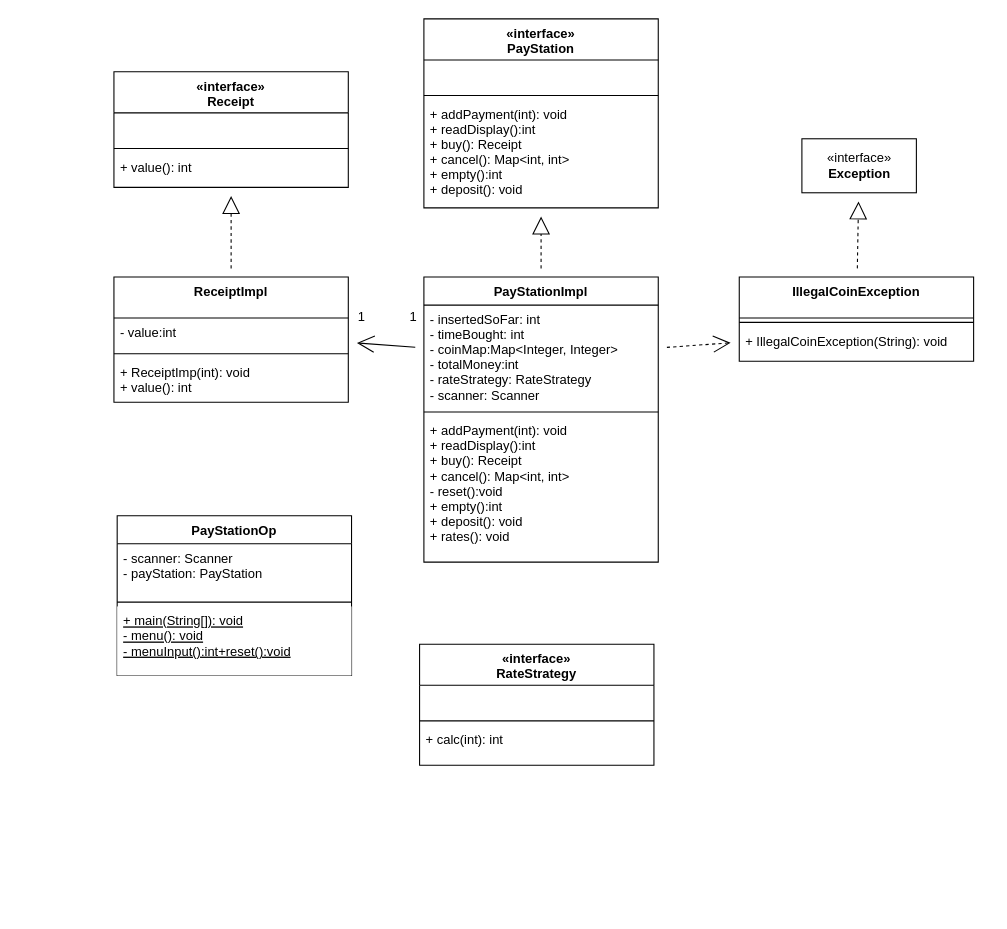
Earlier version of the draw.io diagram Copy of PayStationTDD-ClassDiagram.drawio (msheldon70/misc). Source tidied: cells renumbered, new cells numbered last; positions are measured from the earlier drawing's top-left corner, leaving out a move shared by most shapes. Both pictures are drawn from the tidied source at 108%, with x=0, y=0 at pixel (113, 18).
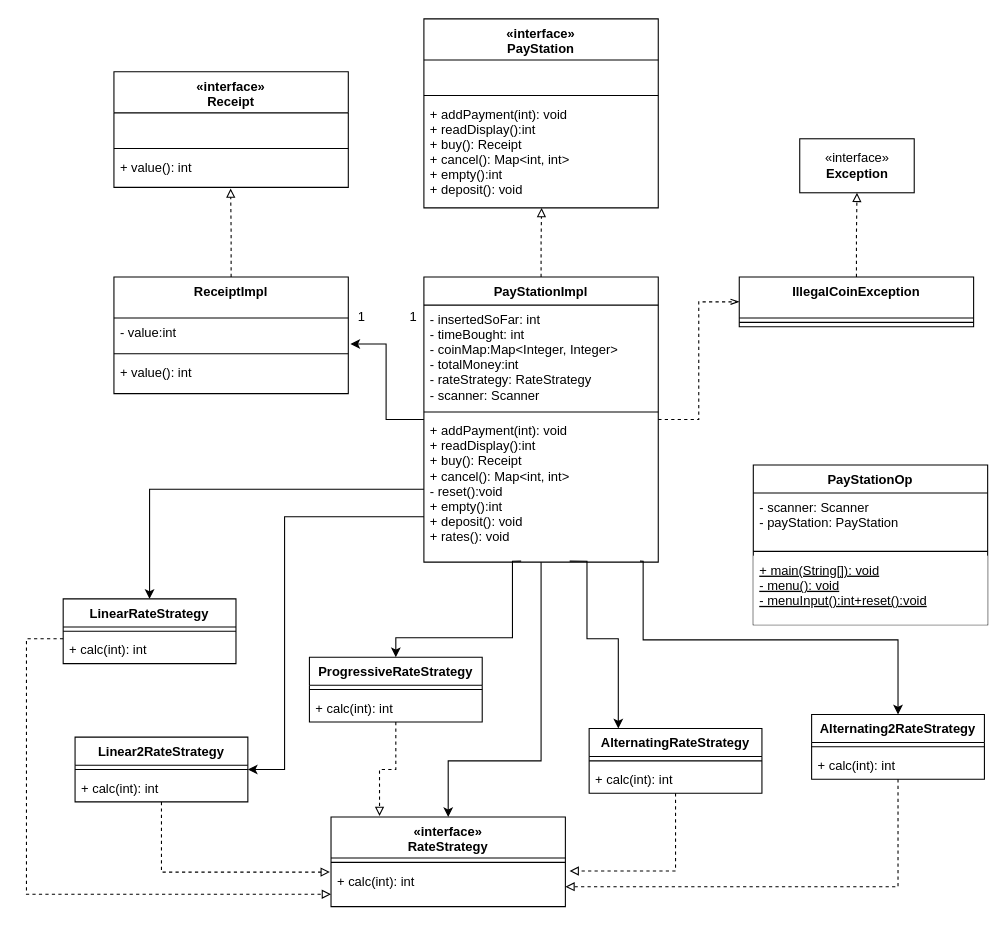
The same diagram, later.

The change refers to these unchanged cells:
```xml
<mxCell id="2" value="«interface»&#10;PayStation" style="swimlane;fontStyle=1;align=center;verticalAlign=top;horizontal=1;startSize=38;hachureGap=4;" parent="1" vertex="1">
  <mxGeometry x="287" width="217" height="175" as="geometry" />
</mxCell>
<mxCell id="5" value="+ addPayment(int): void&#10;+ readDisplay():int&#10;+ buy(): Receipt&#10;+ cancel(): Map&lt;int, int&gt;&#10;+ empty():int&#10;+ deposit(): void&#10;" style="text;strokeColor=none;fillColor=none;align=left;verticalAlign=top;spacingLeft=4;spacingRight=4;overflow=hidden;points=[[0,0.5],[1,0.5]];portConstraint=eastwest;hachureGap=4;" parent="2" vertex="1">
  <mxGeometry y="75" width="217" height="100" as="geometry" />
</mxCell>
<mxCell id="7" value="PayStationImpl" style="swimlane;fontStyle=1;align=center;verticalAlign=top;horizontal=1;startSize=26;hachureGap=4;" parent="1" vertex="1">
  <mxGeometry x="287" y="239" width="217" height="264" as="geometry" />
</mxCell>
<mxCell id="8" value="- insertedSoFar: int&#10;- timeBought: int&#10;- coinMap:Map&lt;Integer, Integer&gt;&#10;- totalMoney:int&#10;- rateStrategy: RateStrategy&#10;- scanner: Scanner" style="text;strokeColor=none;fillColor=none;align=left;verticalAlign=top;spacingLeft=4;spacingRight=4;overflow=hidden;points=[[0,0.5],[1,0.5]];portConstraint=eastwest;hachureGap=4;" parent="7" vertex="1">
  <mxGeometry y="26" width="217" height="95" as="geometry" />
</mxCell>
<mxCell id="10" value="+ addPayment(int): void&#10;+ readDisplay():int&#10;+ buy(): Receipt&#10;+ cancel(): Map&lt;int, int&gt;&#10;- reset():void&#10;+ empty():int&#10;+ deposit(): void&#10;+ rates(): void&#10;&#10;" style="text;strokeColor=none;fillColor=none;align=left;verticalAlign=top;spacingLeft=4;spacingRight=4;overflow=hidden;points=[[0,0.5],[1,0.5]];portConstraint=eastwest;hachureGap=4;" parent="7" vertex="1">
  <mxGeometry y="129" width="217" height="135" as="geometry" />
</mxCell>
<mxCell id="11" value="«interface»&#10;Receipt" style="swimlane;fontStyle=1;align=center;verticalAlign=top;horizontal=1;startSize=38;hachureGap=4;" parent="1" vertex="1">
  <mxGeometry y="49" width="217" height="107" as="geometry" />
</mxCell>
<mxCell id="14" value="+ value(): int" style="text;strokeColor=none;fillColor=none;align=left;verticalAlign=top;spacingLeft=4;spacingRight=4;overflow=hidden;points=[[0,0.5],[1,0.5]];portConstraint=eastwest;hachureGap=4;" parent="11" vertex="1">
  <mxGeometry y="75" width="217" height="32" as="geometry" />
</mxCell>
<mxCell id="17" value="- value:int" style="text;strokeColor=none;fillColor=none;align=left;verticalAlign=top;spacingLeft=4;spacingRight=4;overflow=hidden;points=[[0,0.5],[1,0.5]];portConstraint=eastwest;hachureGap=4;" parent="16" vertex="1">
  <mxGeometry y="38" width="217" height="29" as="geometry" />
</mxCell>
```

Change to the diagram source:
```diff
@@
-    <mxCell id="6" style="edgeStyle=none;curved=1;rounded=0;jettySize=auto;html=1;endArrow=block;startSize=14;endSize=14;sourcePerimeterSpacing=8;targetPerimeterSpacing=8;endFill=0;dashed=1;" parent="1" edge="1" source="7" target="2">
-      <mxGeometry relative="1" as="geometry" />
-    </mxCell>
+    <mxCell id="37" style="edgeStyle=orthogonalEdgeStyle;rounded=0;jettySize=auto;html=1;entryX=0.5;entryY=0;entryDx=0;entryDy=0;" parent="1" edge="1" source="7" target="33">
+      <mxGeometry relative="1" as="geometry">
+        <Array as="points">
+          <mxPoint x="396" y="687" />
+          <mxPoint x="310" y="687" />
+        </Array>
+      </mxGeometry>
+    </mxCell>
+    <mxCell id="38" style="edgeStyle=orthogonalEdgeStyle;rounded=0;jettySize=auto;html=1;entryX=0;entryY=0.5;entryDx=0;entryDy=0;dashed=1;endArrow=openThin;endFill=0;" parent="1" edge="1" source="7" target="22">
+      <mxGeometry relative="1" as="geometry" />
+    </mxCell>
@@
-    <mxCell id="15" style="edgeStyle=none;curved=1;rounded=0;jettySize=auto;html=1;endArrow=block;endFill=0;startSize=14;endSize=14;sourcePerimeterSpacing=8;targetPerimeterSpacing=8;dashed=1;" parent="1" edge="1" source="16" target="11">
-      <mxGeometry relative="1" as="geometry" />
-    </mxCell>
     <mxCell id="16" value="ReceiptImpl" style="swimlane;fontStyle=1;align=center;verticalAlign=top;horizontal=1;startSize=38;hachureGap=4;" parent="1" vertex="1">
-      <mxGeometry y="239" width="217" height="116" as="geometry" />
+      <mxGeometry y="239" width="217" height="108" as="geometry" />
     </mxCell>
@@
-    <mxCell id="19" value="+ ReceiptImp(int): void&#10;+ value(): int" style="text;strokeColor=none;fillColor=none;align=left;verticalAlign=top;spacingLeft=4;spacingRight=4;overflow=hidden;hachureGap=4;" parent="16" vertex="1">
-      <mxGeometry y="75" width="217" height="41" as="geometry" />
+    <mxCell id="19" value="+ value(): int" style="text;strokeColor=none;fillColor=none;align=left;verticalAlign=top;spacingLeft=4;spacingRight=4;overflow=hidden;hachureGap=4;" parent="16" vertex="1">
+      <mxGeometry y="75" width="217" height="33" as="geometry" />
     </mxCell>
     <mxCell id="20" value="«interface»&lt;br&gt;&lt;div&gt;&lt;b&gt;Exception&lt;/b&gt;&lt;/div&gt;" style="html=1;hachureGap=4;" parent="1" vertex="1">
-      <mxGeometry x="637" y="111" width="106" height="50" as="geometry" />
+      <mxGeometry x="635" y="111" width="106" height="50" as="geometry" />
     </mxCell>
-    <mxCell id="21" style="edgeStyle=none;curved=1;rounded=0;jettySize=auto;html=1;endArrow=block;endFill=0;startSize=14;endSize=14;sourcePerimeterSpacing=8;targetPerimeterSpacing=8;dashed=1;" parent="1" edge="1" source="22" target="20">
+    <mxCell id="21" style="edgeStyle=orthogonalEdgeStyle;rounded=0;jettySize=auto;html=1;entryX=0.5;entryY=1;entryDx=0;entryDy=0;dashed=1;endArrow=block;endFill=0;" parent="1" edge="1" source="22" target="20">
       <mxGeometry relative="1" as="geometry" />
     </mxCell>
     <mxCell id="22" value="IllegalCoinException" style="swimlane;fontStyle=1;align=center;verticalAlign=top;horizontal=1;startSize=38;hachureGap=4;" parent="1" vertex="1">
-      <mxGeometry x="579" y="239" width="217" height="78" as="geometry" />
+      <mxGeometry x="579" y="239" width="217" height="46" as="geometry" />
     </mxCell>
@@
-    <mxCell id="24" value="+ IllegalCoinException(String): void" style="text;strokeColor=none;fillColor=none;align=left;verticalAlign=top;spacingLeft=4;spacingRight=4;overflow=hidden;hachureGap=4;" parent="22" vertex="1">
-      <mxGeometry y="46" width="217" height="32" as="geometry" />
-    </mxCell>
-    <mxCell id="25" style="edgeStyle=none;curved=1;rounded=0;jettySize=auto;html=1;endArrow=open;endFill=0;startSize=14;endSize=14;sourcePerimeterSpacing=8;targetPerimeterSpacing=8;" parent="1" edge="1" source="8" target="17">
-      <mxGeometry relative="1" as="geometry" />
-    </mxCell>
-    <mxCell id="26" style="edgeStyle=none;curved=1;rounded=0;jettySize=auto;html=1;dashed=1;endArrow=open;endFill=0;startSize=14;endSize=14;sourcePerimeterSpacing=8;targetPerimeterSpacing=8;" parent="1" edge="1" source="8">
-      <mxGeometry relative="1" as="geometry">
-        <mxPoint x="571" y="299.9" as="targetPoint" />
-      </mxGeometry>
-    </mxCell>
@@
     <mxCell id="29" value="PayStationOp" style="swimlane;fontStyle=1;align=center;verticalAlign=top;horizontal=1;startSize=26;hachureGap=4;" parent="1" vertex="1">
-      <mxGeometry x="3" y="460" width="217" height="148" as="geometry" />
+      <mxGeometry x="592" y="413" width="217" height="148" as="geometry" />
     </mxCell>
@@
     <mxCell id="33" value="«interface»&#10;RateStrategy" style="swimlane;fontStyle=1;align=center;verticalAlign=top;horizontal=1;startSize=38;hachureGap=4;" parent="1" vertex="1">
-      <mxGeometry x="283" y="579" width="217" height="112" as="geometry" />
+      <mxGeometry x="201" y="739" width="217" height="83" as="geometry" />
     </mxCell>
-    <mxCell id="34" value=" &#10;" style="text;strokeColor=none;fillColor=none;align=left;verticalAlign=top;spacingLeft=4;spacingRight=4;overflow=hidden;hachureGap=4;" parent="33" vertex="1">
-      <mxGeometry y="38" width="217" height="29" as="geometry" />
-    </mxCell>
     <mxCell id="35" style="line;strokeWidth=1;fillColor=none;align=left;verticalAlign=middle;spacingTop=-1;spacingLeft=3;spacingRight=3;labelPosition=right;hachureGap=4;" parent="33" vertex="1">
-      <mxGeometry y="67" width="217" height="8" as="geometry" />
+      <mxGeometry y="38" width="217" height="8" as="geometry" />
     </mxCell>
     <mxCell id="36" value="+ calc(int): int" style="text;strokeColor=none;fillColor=none;align=left;verticalAlign=top;spacingLeft=4;spacingRight=4;overflow=hidden;points=[[0,0.5],[1,0.5]];portConstraint=eastwest;hachureGap=4;" parent="33" vertex="1">
-      <mxGeometry y="75" width="217" height="37" as="geometry" />
+      <mxGeometry y="46" width="217" height="37" as="geometry" />
     </mxCell>
+    <mxCell id="39" value="ProgressiveRateStrategy" style="swimlane;fontStyle=1;align=center;verticalAlign=top;horizontal=1;startSize=26;whiteSpace=wrap;html=1;" parent="1" vertex="1">
+      <mxGeometry x="181" y="591" width="160" height="60" as="geometry" />
+    </mxCell>
+    <mxCell id="40" style="line;strokeWidth=1;fillColor=none;align=left;verticalAlign=middle;spacingTop=-1;spacingLeft=3;spacingRight=3;labelPosition=right;strokeColor=inherit;" parent="39" vertex="1">
+      <mxGeometry y="26" width="160" height="8" as="geometry" />
+    </mxCell>
+    <mxCell id="41" value="+ calc(int): int" style="text;strokeColor=none;fillColor=none;align=left;verticalAlign=top;spacingLeft=4;spacingRight=4;overflow=hidden;whiteSpace=wrap;html=1;" parent="39" vertex="1">
+      <mxGeometry y="34" width="160" height="26" as="geometry" />
+    </mxCell>
+    <mxCell id="42" style="edgeStyle=orthogonalEdgeStyle;rounded=0;orthogonalLoop=1;jettySize=auto;html=1;entryX=0;entryY=0.5;entryDx=0;entryDy=0;dashed=1;endArrow=block;endFill=0;" parent="1" edge="1">
+      <mxGeometry relative="1" as="geometry">
+        <mxPoint x="-47" y="574" as="sourcePoint" />
+        <mxPoint x="201" y="810.5" as="targetPoint" />
+        <Array as="points">
+          <mxPoint x="-81" y="574" />
+          <mxPoint x="-81" y="811" />
+        </Array>
+      </mxGeometry>
+    </mxCell>
+    <mxCell id="43" value="LinearRateStrategy" style="swimlane;fontStyle=1;align=center;verticalAlign=top;horizontal=1;startSize=26;whiteSpace=wrap;html=1;" parent="1" vertex="1">
+      <mxGeometry x="-47" y="537" width="160" height="60" as="geometry" />
+    </mxCell>
+    <mxCell id="44" style="line;strokeWidth=1;fillColor=none;align=left;verticalAlign=middle;spacingTop=-1;spacingLeft=3;spacingRight=3;labelPosition=right;strokeColor=inherit;" parent="43" vertex="1">
+      <mxGeometry y="26" width="160" height="8" as="geometry" />
+    </mxCell>
+    <mxCell id="45" value="+ calc(int): int" style="text;strokeColor=none;fillColor=none;align=left;verticalAlign=top;spacingLeft=4;spacingRight=4;overflow=hidden;whiteSpace=wrap;html=1;" parent="43" vertex="1">
+      <mxGeometry y="34" width="160" height="26" as="geometry" />
+    </mxCell>
+    <mxCell id="46" value="Linear2RateStrategy" style="swimlane;fontStyle=1;align=center;verticalAlign=top;horizontal=1;startSize=26;whiteSpace=wrap;html=1;" parent="1" vertex="1">
+      <mxGeometry x="-36" y="665" width="160" height="60" as="geometry" />
+    </mxCell>
+    <mxCell id="47" style="line;strokeWidth=1;fillColor=none;align=left;verticalAlign=middle;spacingTop=-1;spacingLeft=3;spacingRight=3;labelPosition=right;strokeColor=inherit;" parent="46" vertex="1">
+      <mxGeometry y="26" width="160" height="8" as="geometry" />
+    </mxCell>
+    <mxCell id="48" value="+ calc(int): int" style="text;strokeColor=none;fillColor=none;align=left;verticalAlign=top;spacingLeft=4;spacingRight=4;overflow=hidden;whiteSpace=wrap;html=1;" parent="46" vertex="1">
+      <mxGeometry y="34" width="160" height="26" as="geometry" />
+    </mxCell>
+    <mxCell id="49" value="AlternatingRateStrategy" style="swimlane;fontStyle=1;align=center;verticalAlign=top;horizontal=1;startSize=26;whiteSpace=wrap;html=1;" parent="1" vertex="1">
+      <mxGeometry x="440" y="657" width="160" height="60" as="geometry" />
+    </mxCell>
+    <mxCell id="50" style="line;strokeWidth=1;fillColor=none;align=left;verticalAlign=middle;spacingTop=-1;spacingLeft=3;spacingRight=3;labelPosition=right;strokeColor=inherit;" parent="49" vertex="1">
+      <mxGeometry y="26" width="160" height="8" as="geometry" />
+    </mxCell>
+    <mxCell id="51" value="+ calc(int): int" style="text;strokeColor=none;fillColor=none;align=left;verticalAlign=top;spacingLeft=4;spacingRight=4;overflow=hidden;whiteSpace=wrap;html=1;" parent="49" vertex="1">
+      <mxGeometry y="34" width="160" height="26" as="geometry" />
+    </mxCell>
+    <mxCell id="52" style="edgeStyle=orthogonalEdgeStyle;rounded=0;jettySize=auto;html=1;entryX=1;entryY=0.5;entryDx=0;entryDy=0;dashed=1;endArrow=block;endFill=0;" parent="1" edge="1" source="53" target="36">
+      <mxGeometry relative="1" as="geometry" />
+    </mxCell>
+    <mxCell id="53" value="Alternating2RateStrategy" style="swimlane;fontStyle=1;align=center;verticalAlign=top;horizontal=1;startSize=26;whiteSpace=wrap;html=1;" parent="1" vertex="1">
+      <mxGeometry x="646" y="644" width="160" height="60" as="geometry" />
+    </mxCell>
+    <mxCell id="54" style="line;strokeWidth=1;fillColor=none;align=left;verticalAlign=middle;spacingTop=-1;spacingLeft=3;spacingRight=3;labelPosition=right;strokeColor=inherit;" parent="53" vertex="1">
+      <mxGeometry y="26" width="160" height="8" as="geometry" />
+    </mxCell>
+    <mxCell id="55" value="+ calc(int): int" style="text;strokeColor=none;fillColor=none;align=left;verticalAlign=top;spacingLeft=4;spacingRight=4;overflow=hidden;whiteSpace=wrap;html=1;" parent="53" vertex="1">
+      <mxGeometry y="34" width="160" height="26" as="geometry" />
+    </mxCell>
+    <mxCell id="56" style="edgeStyle=orthogonalEdgeStyle;rounded=0;jettySize=auto;html=1;entryX=0.498;entryY=1.031;entryDx=0;entryDy=0;entryPerimeter=0;dashed=1;endArrow=block;endFill=0;" parent="1" edge="1" source="16" target="14">
+      <mxGeometry relative="1" as="geometry" />
+    </mxCell>
+    <mxCell id="57" style="edgeStyle=orthogonalEdgeStyle;rounded=0;jettySize=auto;html=1;entryX=0.502;entryY=1;entryDx=0;entryDy=0;entryPerimeter=0;dashed=1;endArrow=block;endFill=0;" parent="1" edge="1" source="7" target="5">
+      <mxGeometry relative="1" as="geometry" />
+    </mxCell>
+    <mxCell id="58" style="edgeStyle=orthogonalEdgeStyle;rounded=0;jettySize=auto;html=1;entryX=1.009;entryY=0.828;entryDx=0;entryDy=0;entryPerimeter=0;" parent="1" edge="1" source="7" target="17">
+      <mxGeometry relative="1" as="geometry" />
+    </mxCell>
+    <mxCell id="59" style="edgeStyle=orthogonalEdgeStyle;rounded=0;jettySize=auto;html=1;exitX=0.622;exitY=0.993;exitDx=0;exitDy=0;exitPerimeter=0;" parent="1" edge="1" source="10" target="49">
+      <mxGeometry relative="1" as="geometry">
+        <Array as="points">
+          <mxPoint x="438" y="502" />
+          <mxPoint x="438" y="574" />
+          <mxPoint x="467" y="574" />
+        </Array>
+      </mxGeometry>
+    </mxCell>
+    <mxCell id="60" style="edgeStyle=orthogonalEdgeStyle;rounded=0;jettySize=auto;html=1;exitX=0.922;exitY=0.993;exitDx=0;exitDy=0;exitPerimeter=0;" parent="1" edge="1" source="10" target="53">
+      <mxGeometry relative="1" as="geometry">
+        <Array as="points">
+          <mxPoint x="490" y="502" />
+          <mxPoint x="490" y="575" />
+          <mxPoint x="726" y="575" />
+        </Array>
+      </mxGeometry>
+    </mxCell>
+    <mxCell id="61" style="edgeStyle=orthogonalEdgeStyle;rounded=0;jettySize=auto;html=1;exitX=0.415;exitY=0.993;exitDx=0;exitDy=0;exitPerimeter=0;" parent="1" edge="1" source="10" target="39">
+      <mxGeometry relative="1" as="geometry">
+        <Array as="points">
+          <mxPoint x="369" y="502" />
+          <mxPoint x="369" y="573" />
+          <mxPoint x="261" y="573" />
+        </Array>
+      </mxGeometry>
+    </mxCell>
+    <mxCell id="62" style="edgeStyle=orthogonalEdgeStyle;rounded=0;jettySize=auto;html=1;" parent="1" edge="1" source="10" target="43">
+      <mxGeometry relative="1" as="geometry" />
+    </mxCell>
+    <mxCell id="63" style="edgeStyle=orthogonalEdgeStyle;rounded=0;jettySize=auto;html=1;" parent="1" edge="1" source="10" target="46">
+      <mxGeometry relative="1" as="geometry">
+        <Array as="points">
+          <mxPoint x="158" y="461" />
+          <mxPoint x="158" y="695" />
+        </Array>
+      </mxGeometry>
+    </mxCell>
+    <mxCell id="64" style="edgeStyle=orthogonalEdgeStyle;rounded=0;jettySize=auto;html=1;entryX=-0.005;entryY=0.135;entryDx=0;entryDy=0;entryPerimeter=0;dashed=1;endArrow=block;endFill=0;" parent="1" edge="1" source="46" target="36">
+      <mxGeometry relative="1" as="geometry" />
+    </mxCell>
+    <mxCell id="65" style="edgeStyle=orthogonalEdgeStyle;rounded=0;jettySize=auto;html=1;entryX=1.018;entryY=0.108;entryDx=0;entryDy=0;entryPerimeter=0;dashed=1;endArrow=block;endFill=0;" parent="1" edge="1" source="49" target="36">
+      <mxGeometry relative="1" as="geometry" />
+    </mxCell>
+    <mxCell id="66" style="edgeStyle=orthogonalEdgeStyle;rounded=0;jettySize=auto;html=1;entryX=0.207;entryY=-0.012;entryDx=0;entryDy=0;entryPerimeter=0;dashed=1;endArrow=block;endFill=0;" parent="1" edge="1" source="39" target="33">
+      <mxGeometry relative="1" as="geometry" />
+    </mxCell>
```
